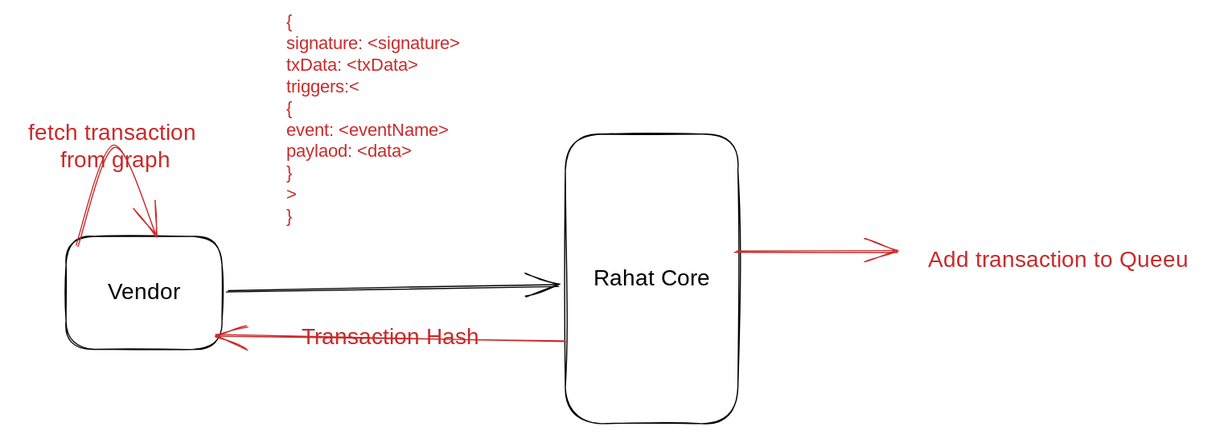
Earlier version of the Excalidraw export docs/diagrams/meta-transaction.excalidraw.svg (rahataid/rahat-platform). Source tidied: one line per element, renumbered; positions are measured from the earlier drawing's top-left corner, leaving out a move shared by most shapes.
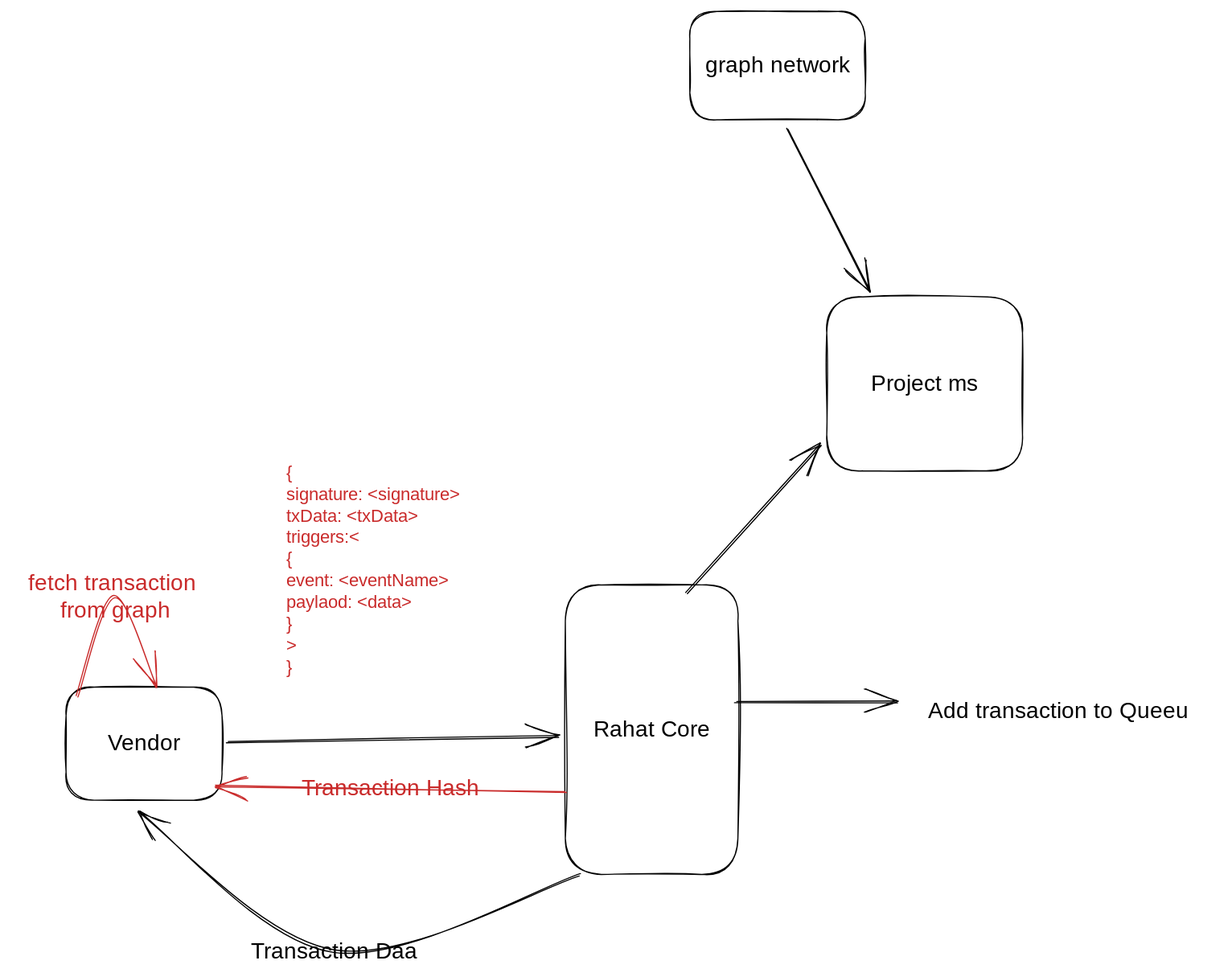
The same diagram one commit later.

Commit message:
vedor meta-transaciton docs

What changed in the source:
```diff
@@ -6,7 +6,15 @@
 {"id": 5, "type": "text", "text": "{\nsignature: <signature>\ntxData: <txData>\ntriggers:<\n{\nevent: <eventName>\npaylaod: <data>\n}\n>\n}", "strokeColor": "#c92a2a", "strokeWidth": 1, "roughness": 1, "fontSize": 16, "fontFamily": 1, "x": 244, "y": 0, "width": 174, "height": 192}
 {"id": 6, "type": "arrow", "strokeColor": "#c92a2a", "strokeWidth": 1, "roughness": 1, "endArrowhead": "arrow", "round": true, "x": 493, "y": 293, "width": 313, "height": 6, "points": [[0, 0], [-313, -6]]}
 {"id": 7, "type": "text", "text": "Transaction Hash", "strokeColor": "#c92a2a", "strokeWidth": 1, "roughness": 1, "fontSize": 20, "fontFamily": 1, "textAlign": "center", "verticalAlign": "middle", "inside": 6, "x": 250, "y": 278, "width": 173, "height": 24}
-{"id": 8, "type": "arrow", "strokeColor": "#c92a2a", "strokeWidth": 1, "roughness": 1, "endArrowhead": "arrow", "round": true, "x": 59, "y": 209, "width": 70, "height": 89, "points": [[0, 0], [33, -89], [70, -9]]}
+{"id": 8, "type": "arrow", "strokeColor": "#c92a2a", "strokeWidth": 1, "roughness": 1, "endArrowhead": "arrow", "round": true, "to": 0, "x": 59, "y": 209, "width": 70, "height": 89, "points": [[0, 0], [33, -89], [70, -9]]}
-{"id": 9, "type": "text", "text": "fetch transaction \nfrom graph", "strokeColor": "#c92a2a", "strokeWidth": 1, "roughness": 1, "fontSize": 20, "fontFamily": 1, "textAlign": "center", "verticalAlign": "middle", "inside": 8, "x": 0, "y": 97, "width": 185, "height": 48}
+{"id": 9, "type": "text", "text": "fetch transaction \nfrom graph", "strokeColor": "#c92a2a", "strokeWidth": 1, "roughness": 1, "fontSize": 20, "fontFamily": 1, "textAlign": "center", "verticalAlign": "middle", "inside": 8, "x": 0, "y": 96, "width": 185, "height": 48}
-{"id": 10, "type": "arrow", "strokeColor": "#c92a2a", "strokeWidth": 1, "roughness": 1, "endArrowhead": "arrow", "round": true, "x": 643, "y": 214, "width": 145, "height": 1, "points": [[0, 0], [145, -1]]}
+{"id": 10, "type": "arrow", "strokeColor": "#000000", "strokeWidth": 1, "roughness": 1, "endArrowhead": "arrow", "round": true, "x": 643, "y": 214, "width": 145, "height": 1, "points": [[0, 0], [145, -1]]}
-{"id": 11, "type": "text", "text": "Add transaction to Queeu", "strokeColor": "#c92a2a", "strokeWidth": 1, "roughness": 1, "fontSize": 20, "fontFamily": 1, "x": 814, "y": 209, "width": 260, "height": 24}
+{"id": 11, "type": "text", "text": "Add transaction to Queeu", "strokeColor": "#000000", "strokeWidth": 1, "roughness": 1, "fontSize": 20, "fontFamily": 1, "x": 814, "y": 209, "width": 260, "height": 24}
+{"id": 12, "type": "rectangle", "strokeColor": "#000000", "strokeWidth": 1, "roughness": 1, "round": true, "x": 603, "y": -400, "width": 156, "height": 96}
+{"id": 13, "type": "text", "text": "graph network", "strokeColor": "#000000", "strokeWidth": 1, "roughness": 1, "fontSize": 20, "fontFamily": 1, "textAlign": "center", "verticalAlign": "middle", "inside": 12, "x": 613, "y": -364, "width": 135, "height": 24}
+{"id": 14, "type": "arrow", "strokeColor": "#000000", "strokeWidth": 1, "roughness": 1, "endArrowhead": "arrow", "round": true, "from": 12, "to": 15, "x": 689, "y": -296, "width": 73, "height": 145, "points": [[0, 0], [73, 145]]}
+{"id": 15, "type": "rectangle", "strokeColor": "#000000", "strokeWidth": 1, "roughness": 1, "round": true, "x": 724, "y": -147, "width": 174, "height": 155}
+{"id": 16, "type": "text", "text": "Project ms", "strokeColor": "#000000", "strokeWidth": 1, "roughness": 1, "fontSize": 20, "fontFamily": 1, "textAlign": "center", "verticalAlign": "middle", "inside": 15, "x": 759, "y": -82, "width": 105, "height": 24}
+{"id": 17, "type": "arrow", "strokeColor": "#000000", "strokeWidth": 1, "roughness": 1, "endArrowhead": "arrow", "round": true, "to": 15, "x": 601, "y": 117, "width": 118, "height": 132, "points": [[0, 0], [118, -132]]}
+{"id": 18, "type": "arrow", "strokeColor": "#000000", "strokeWidth": 1, "roughness": 1, "endArrowhead": "arrow", "round": true, "from": 3, "to": 0, "x": 505, "y": 366, "width": 393, "height": 125, "points": [[0, 0], [-218, 69], [-393, -56]]}
+{"id": 19, "type": "text", "text": "Transaction Daa", "strokeColor": "#000000", "strokeWidth": 1, "roughness": 1, "fontSize": 20, "fontFamily": 1, "textAlign": "center", "verticalAlign": "middle", "inside": 18, "x": 202, "y": 423, "width": 170, "height": 24}
```
